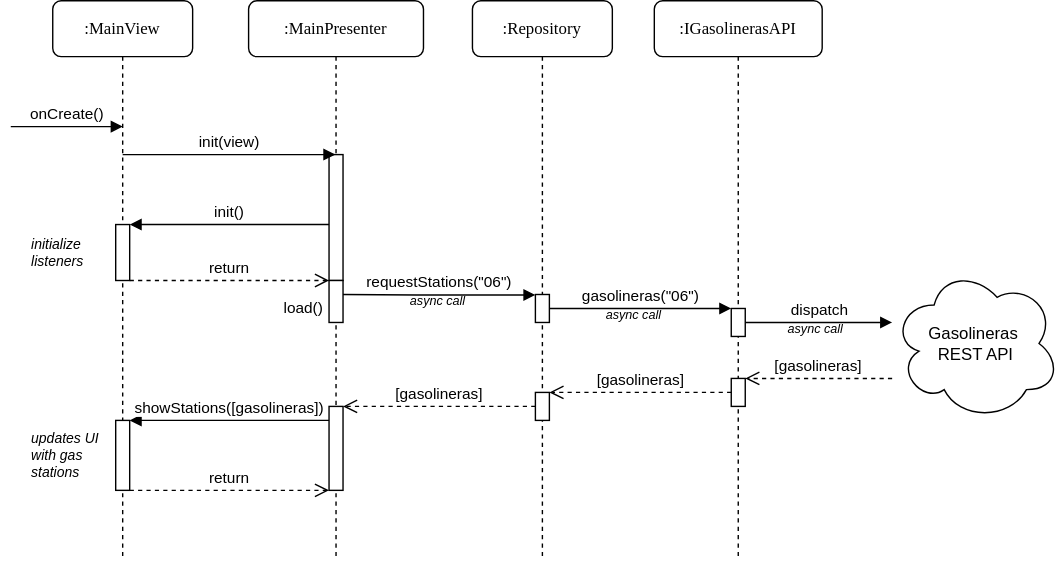
This is Docs/Models/main-secuencia.svg from isunican/App-Gasolineras-2024, a draw.io export, as it was before one commit. Source tidied: cells renumbered, new cells last; positions are measured from the earlier drawing's top-left corner, leaving out a move shared by most shapes.
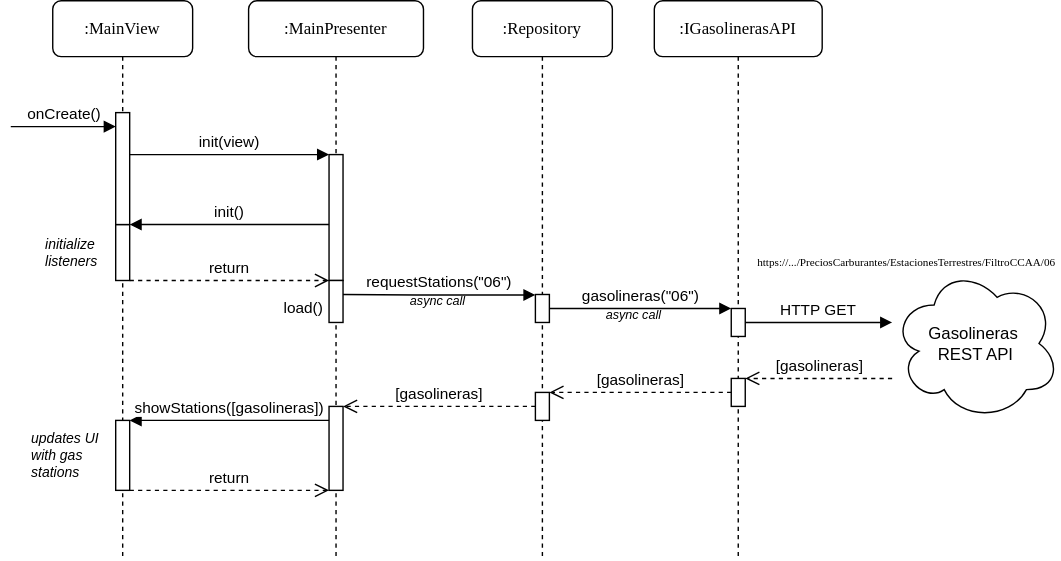
After the change.

Commit message:
update sequence diagram

What changed in the source:
```diff
@@ -19,11 +19,6 @@
     <mxCell id="6" style="html=1;points=[[0,0,0,0,5],[0,1,0,0,-5],[1,0,0,0,5],[1,1,0,0,-5]];perimeter=orthogonalPerimeter;outlineConnect=0;targetShapes=umlLifeline;portConstraint=eastwest;newEdgeStyle={&quot;curved&quot;:0,&quot;rounded&quot;:0};" parent="2" vertex="1">
       <mxGeometry x="57.5" y="290" width="10" height="60" as="geometry" />
     </mxCell>
-    <mxCell id="7" value="showStations([gasolineras])" style="html=1;verticalAlign=bottom;endArrow=block;curved=0;rounded=0;" parent="2" edge="1" target="22">
-      <mxGeometry relative="1" as="geometry">
-        <mxPoint x="57.5" y="300" as="sourcePoint" />
-      </mxGeometry>
-    </mxCell>
     <mxCell id="8" value="return" style="html=1;verticalAlign=bottom;endArrow=open;dashed=1;endSize=8;curved=0;rounded=0;" parent="2" edge="1" source="22">
       <mxGeometry relative="1" as="geometry">
         <mxPoint x="57.5" y="350" as="targetPoint" />
@@ -32,6 +27,11 @@
     <mxCell id="9" value="load()" style="text;align=center;fontStyle=0;verticalAlign=middle;spacingLeft=3;spacingRight=3;strokeColor=none;html=1;fontSize=11;" parent="2" vertex="1">
       <mxGeometry x="20" y="210" width="37.5" height="20" as="geometry" />
     </mxCell>
+    <mxCell id="7" value="showStations([gasolineras])" style="html=1;verticalAlign=bottom;endArrow=block;curved=0;rounded=0;" parent="2" edge="1" target="22">
+      <mxGeometry relative="1" as="geometry">
+        <mxPoint x="57.5" y="300" as="sourcePoint" />
+      </mxGeometry>
+    </mxCell>
     <mxCell id="10" value=":Repository" style="shape=umlLifeline;perimeter=lifelinePerimeter;whiteSpace=wrap;html=1;rounded=1;shadow=0;comic=0;labelBackgroundColor=none;strokeWidth=1;fontFamily=Verdana;fontSize=12;align=center;" parent="1" vertex="1">
       <mxGeometry x="330" width="100" height="400" as="geometry" />
     </mxCell>
@@ -73,10 +73,9 @@
     <mxCell id="19" value=":MainView" style="shape=umlLifeline;perimeter=lifelinePerimeter;whiteSpace=wrap;html=1;rounded=1;shadow=0;comic=0;labelBackgroundColor=none;strokeWidth=1;fontFamily=Verdana;fontSize=12;align=center;" parent="1" vertex="1">
       <mxGeometry x="30" width="100" height="400" as="geometry" />
     </mxCell>
-    <mxCell id="20" value="onCreate()" style="html=1;verticalAlign=bottom;endArrow=block;curved=0;rounded=0;" parent="19" edge="1">
+    <mxCell id="20" value="onCreate()" style="html=1;verticalAlign=bottom;endArrow=block;curved=0;rounded=0;" parent="19" edge="1" target="34">
       <mxGeometry relative="1" as="geometry">
         <mxPoint x="-30" y="90" as="sourcePoint" />
-        <mxPoint x="50" y="90" as="targetPoint" />
       </mxGeometry>
     </mxCell>
     <mxCell id="21" style="html=1;points=[[0,0,0,0,5],[0,1,0,0,-5],[1,0,0,0,5],[1,1,0,0,-5]];perimeter=orthogonalPerimeter;outlineConnect=0;targetShapes=umlLifeline;portConstraint=eastwest;newEdgeStyle={&quot;curved&quot;:0,&quot;rounded&quot;:0};" parent="19" vertex="1">
@@ -86,11 +85,14 @@
       <mxGeometry x="45" y="300" width="10" height="50" as="geometry" />
     </mxCell>
     <mxCell id="23" value="initialize listeners" style="text;align=left;fontStyle=2;verticalAlign=middle;spacingLeft=3;spacingRight=3;strokeColor=none;html=1;fontSize=10;whiteSpace=wrap;" parent="19" vertex="1">
-      <mxGeometry x="-20" y="160" width="65" height="40" as="geometry" />
+      <mxGeometry x="-10" y="160" width="55" height="40" as="geometry" />
     </mxCell>
+    <mxCell id="34" style="html=1;points=[[0,0,0,0,5],[0,1,0,0,-5],[1,0,0,0,5],[1,1,0,0,-5]];perimeter=orthogonalPerimeter;outlineConnect=0;targetShapes=umlLifeline;portConstraint=eastwest;newEdgeStyle={&quot;curved&quot;:0,&quot;rounded&quot;:0};" parent="19" vertex="1">
+      <mxGeometry x="45" y="80" width="10" height="80" as="geometry" />
+    </mxCell>
-    <mxCell id="24" value="init(view)" style="html=1;verticalAlign=bottom;endArrow=block;curved=0;rounded=0;" parent="1" edge="1" target="2">
+    <mxCell id="24" value="init(view)" style="html=1;verticalAlign=bottom;endArrow=block;curved=0;rounded=0;" parent="19" edge="1" target="4">
       <mxGeometry relative="1" as="geometry">
-        <mxPoint x="80" y="110" as="sourcePoint" />
+        <mxPoint x="55" y="110" as="sourcePoint" />
       </mxGeometry>
     </mxCell>
     <mxCell id="25" value="init()" style="html=1;verticalAlign=bottom;endArrow=block;curved=0;rounded=0;" parent="1" edge="1" source="4" target="21">
@@ -99,7 +101,7 @@
     <mxCell id="26" value="Gasolineras&amp;nbsp;&lt;div&gt;REST API&lt;/div&gt;" style="ellipse;shape=cloud;whiteSpace=wrap;html=1;" parent="1" vertex="1">
       <mxGeometry x="630" y="190" width="120" height="110" as="geometry" />
     </mxCell>
-    <mxCell id="27" value="dispatch" style="html=1;verticalAlign=bottom;endArrow=block;curved=0;rounded=0;" parent="1" edge="1" source="15">
+    <mxCell id="27" value="HTTP GET" style="html=1;verticalAlign=bottom;endArrow=block;curved=0;rounded=0;" parent="1" edge="1" source="15">
       <mxGeometry relative="1" as="geometry">
         <mxPoint x="630" y="230" as="targetPoint" />
       </mxGeometry>
@@ -118,11 +120,11 @@
     <mxCell id="31" value="async call" style="text;align=center;fontStyle=2;verticalAlign=middle;spacingLeft=3;spacingRight=3;strokeColor=none;html=1;fontSize=9;" parent="1" vertex="1">
       <mxGeometry x="420" y="220" width="50" height="10" as="geometry" />
     </mxCell>
-    <mxCell id="32" value="async call" style="text;align=center;fontStyle=2;verticalAlign=middle;spacingLeft=3;spacingRight=3;strokeColor=none;html=1;fontSize=9;" parent="1" vertex="1">
-      <mxGeometry x="550" y="230" width="50" height="10" as="geometry" />
-    </mxCell>
     <mxCell id="33" value="updates UI with gas stations" style="text;align=left;fontStyle=2;verticalAlign=middle;spacingLeft=3;spacingRight=3;strokeColor=none;html=1;fontSize=10;whiteSpace=wrap;" parent="1" vertex="1">
       <mxGeometry x="10" y="300" width="60" height="50" as="geometry" />
     </mxCell>
+    <mxCell id="35" value="https://.../PreciosCarburantes/EstacionesTerrestres/FiltroCCAA/06" style="text;align=center;fontStyle=0;verticalAlign=middle;spacingLeft=3;spacingRight=3;strokeColor=none;html=1;fontSize=8;fontFamily=Lucida Console;" parent="1" vertex="1">
+      <mxGeometry x="530" y="184" width="220" height="6" as="geometry" />
+    </mxCell>
   </root>
 </mxGraphModel>
```
